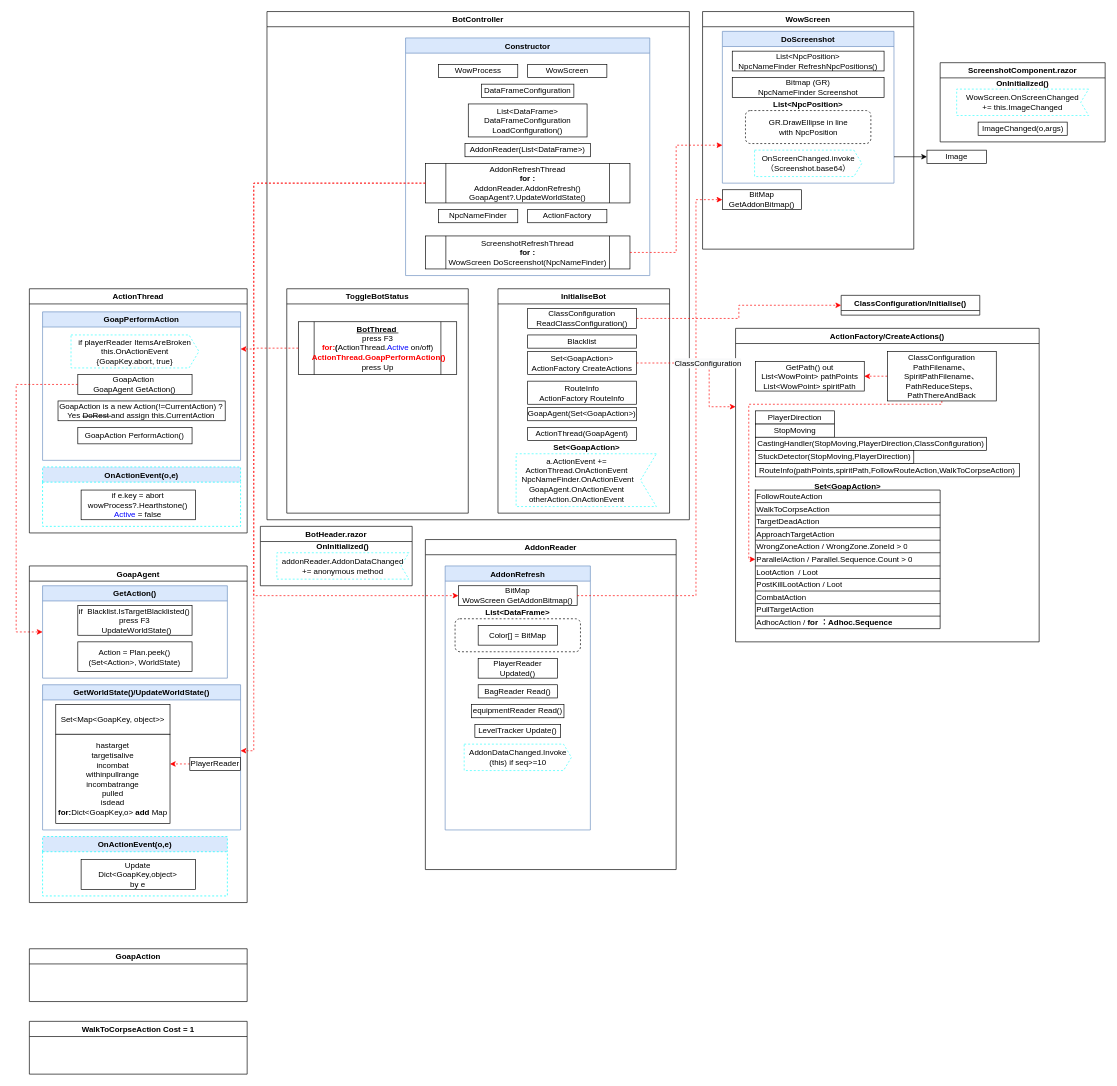
Earlier version of the draw.io diagram BotPlan_1.drawio (YannieCheung/botgrams). Source tidied: cells renumbered, new cells numbered last; positions are measured from the earlier drawing's top-left corner, leaving out a move shared by most shapes. Both pictures are drawn from the tidied source at 66%, with x=0, y=0 at pixel (16, 11).
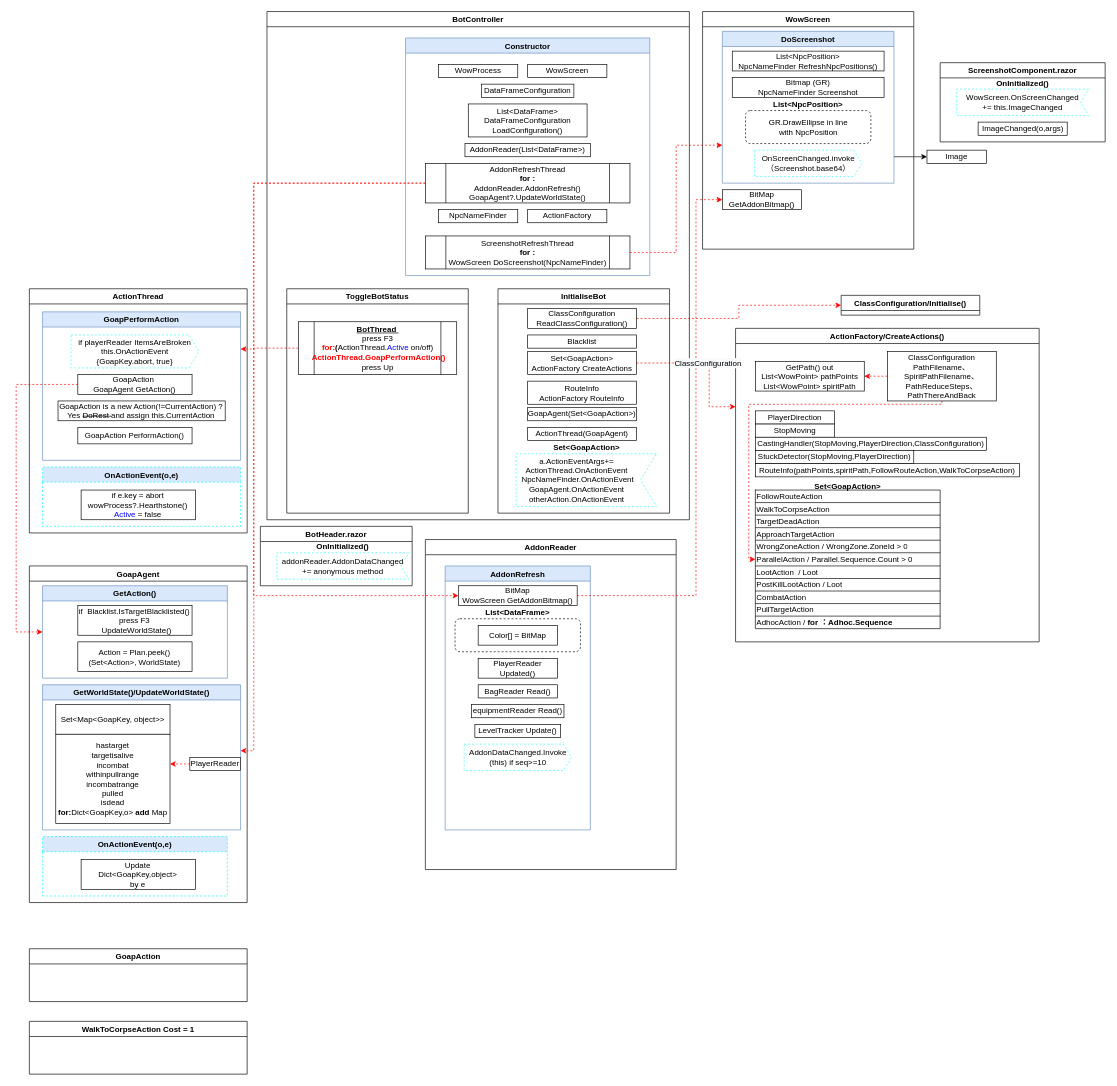
After the change.

Unchanged cells that the change refers to:
```xml
<mxCell id="13" value="InitialiseBot" style="swimlane;strokeColor=#000000;" parent="2" vertex="1">
  <mxGeometry x="350" y="420" width="260" height="340" as="geometry" />
</mxCell>
```

Diff of the diagram source:
```diff
@@
-    <mxCell id="21" value="a.ActionEvent +=&lt;br&gt;ActionThread.OnActionEvent&lt;br&gt;&amp;nbsp;NpcNameFinder.OnActionEvent&lt;br&gt;GoapAgent.OnActionEvent&lt;br&gt;otherAction.OnActionEvent" style="text;html=1;strokeColor=none;fillColor=none;align=center;verticalAlign=middle;whiteSpace=wrap;rounded=0;" parent="13" vertex="1">
+    <mxCell id="21" value="a.ActionEventArgs+=&lt;br&gt;ActionThread.OnActionEvent&lt;br&gt;&amp;nbsp;NpcNameFinder.OnActionEvent&lt;br&gt;GoapAgent.OnActionEvent&lt;br&gt;otherAction.OnActionEvent" style="text;html=1;strokeColor=none;fillColor=none;align=center;verticalAlign=middle;whiteSpace=wrap;rounded=0;" parent="13" vertex="1">
       <mxGeometry x="27.5" y="250" width="182.5" height="80" as="geometry" />
     </mxCell>
```
